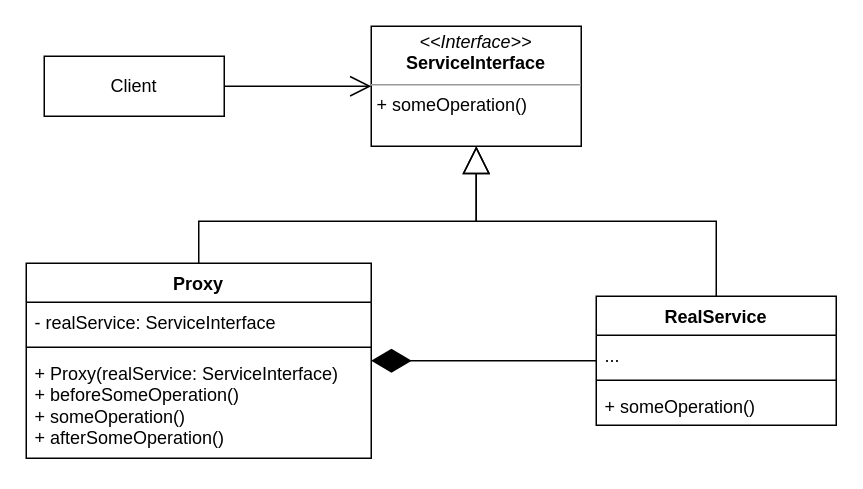
Earlier version of the draw.io diagram src/main/resources/diagrams/structural/proxy/proxy.drawio (dominikcebula/gof-design-patterns). Source tidied: cells renumbered, new cells numbered last; positions are measured from the earlier drawing's top-left corner, leaving out a move shared by most shapes. Both pictures are drawn from the tidied source at 150%, with x=0, y=0 at pixel (26, 26).
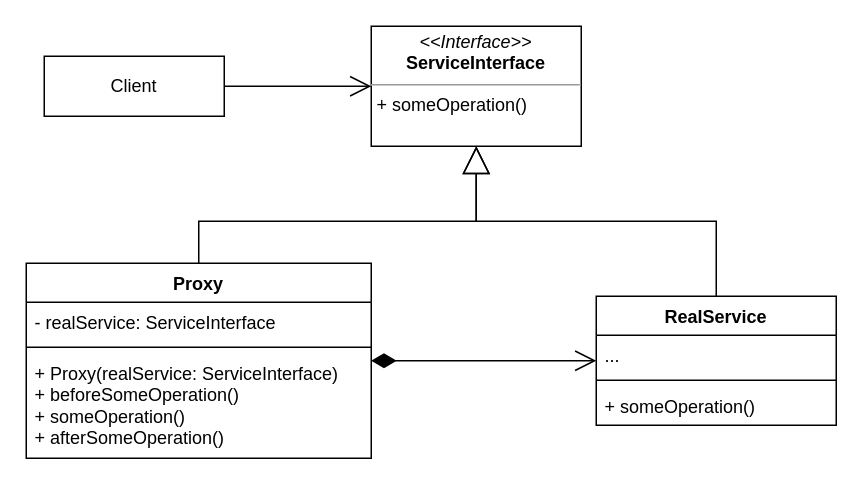
The same diagram, later.

The edit, as a diff of the source:
```diff
@@
 <mxGraphModel>
   <root>
     <mxCell id="0" />
     <mxCell id="1" parent="0" />
     <mxCell id="2" value="Client" style="html=1;whiteSpace=wrap;" parent="1" vertex="1">
       <mxGeometry x="12" y="20" width="120" height="40" as="geometry" />
     </mxCell>
     <mxCell id="3" value="&lt;p style=&quot;margin:0px;margin-top:4px;text-align:center;&quot;&gt;&lt;i&gt;&amp;lt;&amp;lt;Interface&amp;gt;&amp;gt;&lt;/i&gt;&lt;br&gt;&lt;b&gt;ServiceInterface&lt;/b&gt;&lt;/p&gt;&lt;hr size=&quot;1&quot;&gt;&lt;p style=&quot;margin:0px;margin-left:4px;&quot;&gt;&lt;/p&gt;&lt;p style=&quot;margin:0px;margin-left:4px;&quot;&gt;+ someOperation()&lt;br&gt;&lt;br&gt;&lt;/p&gt;" style="verticalAlign=top;align=left;overflow=fill;fontSize=12;fontFamily=Helvetica;html=1;whiteSpace=wrap;" parent="1" vertex="1">
       <mxGeometry x="230" width="140" height="80" as="geometry" />
     </mxCell>
     <mxCell id="4" value="RealService" style="swimlane;fontStyle=1;align=center;verticalAlign=top;horizontal=1;startSize=26;whiteSpace=wrap;html=1;" parent="1" vertex="1">
       <mxGeometry x="380" y="180" width="160" height="86" as="geometry" />
     </mxCell>
     <mxCell id="5" value="..." style="text;strokeColor=none;fillColor=none;align=left;verticalAlign=top;spacingLeft=4;spacingRight=4;overflow=hidden;whiteSpace=wrap;html=1;" parent="4" vertex="1">
       <mxGeometry y="26" width="160" height="26" as="geometry" />
     </mxCell>
     <mxCell id="6" style="line;strokeWidth=1;fillColor=none;align=left;verticalAlign=middle;spacingTop=-1;spacingLeft=3;spacingRight=3;labelPosition=right;strokeColor=inherit;" parent="4" vertex="1">
       <mxGeometry y="52" width="160" height="8" as="geometry" />
     </mxCell>
     <mxCell id="7" value="+ someOperation()" style="text;strokeColor=none;fillColor=none;align=left;verticalAlign=top;spacingLeft=4;spacingRight=4;overflow=hidden;whiteSpace=wrap;html=1;" parent="4" vertex="1">
       <mxGeometry y="60" width="160" height="26" as="geometry" />
     </mxCell>
     <mxCell id="8" value="Proxy" style="swimlane;fontStyle=1;align=center;verticalAlign=top;horizontal=1;startSize=26;whiteSpace=wrap;html=1;" parent="1" vertex="1">
       <mxGeometry y="158" width="230" height="130" as="geometry" />
     </mxCell>
     <mxCell id="9" value="- realService:&amp;nbsp;ServiceInterface" style="text;strokeColor=none;fillColor=none;align=left;verticalAlign=top;spacingLeft=4;spacingRight=4;overflow=hidden;whiteSpace=wrap;html=1;" parent="8" vertex="1">
       <mxGeometry y="26" width="230" height="26" as="geometry" />
     </mxCell>
     <mxCell id="10" style="line;strokeWidth=1;fillColor=none;align=left;verticalAlign=middle;spacingTop=-1;spacingLeft=3;spacingRight=3;labelPosition=right;strokeColor=inherit;" parent="8" vertex="1">
       <mxGeometry y="52" width="230" height="8" as="geometry" />
     </mxCell>
     <mxCell id="11" value="+&amp;nbsp;Proxy(realService:&amp;nbsp;ServiceInterface)&lt;br&gt;+ beforeSomeOperation()&lt;br&gt;+ someOperation()&lt;br&gt;+ afterSomeOperation()" style="text;strokeColor=none;fillColor=none;align=left;verticalAlign=top;spacingLeft=4;spacingRight=4;overflow=hidden;whiteSpace=wrap;html=1;" parent="8" vertex="1">
       <mxGeometry y="60" width="230" height="70" as="geometry" />
     </mxCell>
-    <mxCell id="12" style="endArrow=diamondThin;endFill=1;endSize=24;html=1;rounded=0;" parent="1" edge="1" source="4" target="8">
-      <mxGeometry relative="1" as="geometry" />
-    </mxCell>
     <mxCell id="13" style="endArrow=block;endSize=16;endFill=0;html=1;rounded=0;edgeStyle=orthogonalEdgeStyle;" parent="1" edge="1" source="8" target="3">
       <mxGeometry relative="1" as="geometry">
         <Array as="points">
           <mxPoint x="115" y="130" />
           <mxPoint x="300" y="130" />
         </Array>
       </mxGeometry>
     </mxCell>
     <mxCell id="14" style="endArrow=block;endSize=16;endFill=0;html=1;rounded=0;edgeStyle=orthogonalEdgeStyle;" parent="1" edge="1" source="4" target="3">
       <mxGeometry relative="1" as="geometry">
         <Array as="points">
           <mxPoint x="460" y="130" />
           <mxPoint x="300" y="130" />
         </Array>
       </mxGeometry>
     </mxCell>
     <mxCell id="15" style="endArrow=open;endFill=1;endSize=12;html=1;rounded=0;" parent="1" edge="1" source="2" target="3">
       <mxGeometry relative="1" as="geometry" />
     </mxCell>
+    <mxCell id="16" style="endArrow=open;html=1;endSize=12;startArrow=diamondThin;startSize=14;startFill=1;edgeStyle=orthogonalEdgeStyle;align=left;verticalAlign=bottom;rounded=0;" parent="1" edge="1" source="8" target="4">
+      <mxGeometry x="-1" y="3" relative="1" as="geometry" />
+    </mxCell>
   </root>
 </mxGraphModel>
```
